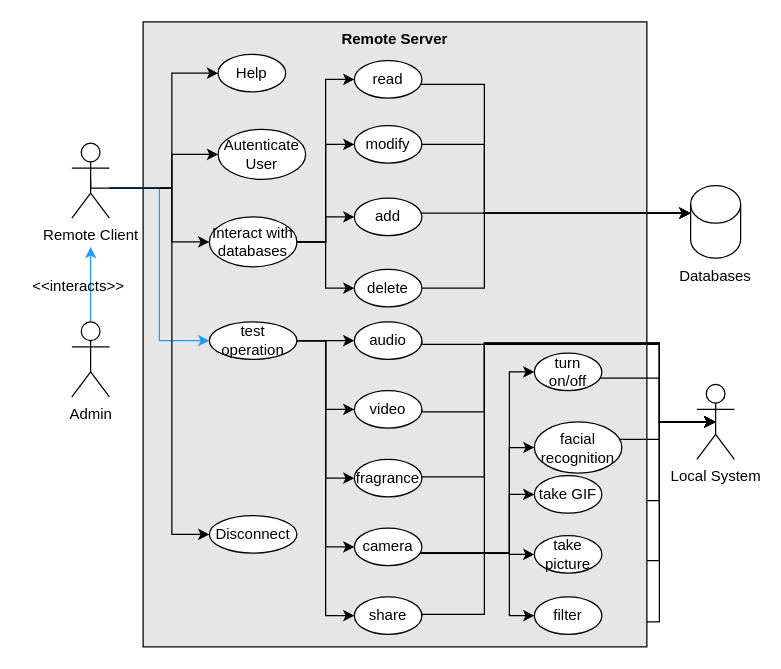
Earlier version of the draw.io diagram page "use-cases-rs" (5 of 5) of Proj/diags/MDO-Analysis.drawio (ElectroQuanta/MDO). Source tidied: cells renumbered, new cells numbered last; positions are measured from the earlier drawing's top-left corner, leaving out a move shared by most shapes. Both pictures are drawn from the tidied source at 125%, with x=0, y=0 at pixel (21, 21).
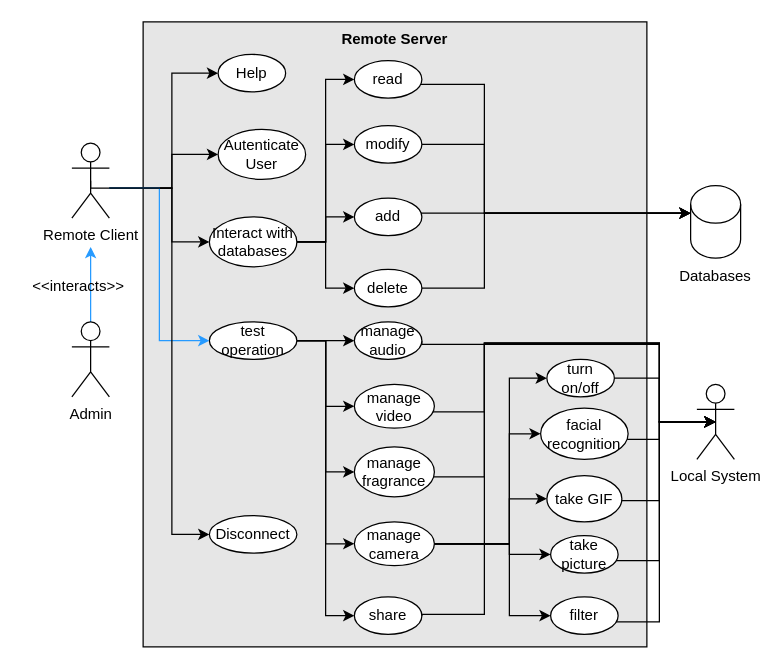
The same page after the edit.

Change to the diagram source:
```diff
@@
+    <mxCell id="5" value="&lt;b&gt;Remote Server&lt;/b&gt;" style="rounded=0;whiteSpace=wrap;html=1;fillColor=#E6E6E6;verticalAlign=top;labelBackgroundColor=none;labelBorderColor=none;" parent="1" vertex="1">
+      <mxGeometry x="97" width="403" height="500" as="geometry" />
+    </mxCell>
@@
-    <mxCell id="5" value="&lt;b&gt;Remote Server&lt;/b&gt;" style="rounded=0;whiteSpace=wrap;html=1;fillColor=#E6E6E6;verticalAlign=top;labelBackgroundColor=none;labelBorderColor=none;" parent="1" vertex="1">
-      <mxGeometry x="97" width="403" height="500" as="geometry" />
-    </mxCell>
@@
     <mxCell id="35" style="edgeStyle=orthogonalEdgeStyle;rounded=0;jettySize=auto;html=1;entryX=0;entryY=0.5;entryDx=0;entryDy=0;fontSize=12;strokeColor=#000000;" parent="1" edge="1" source="40" target="54">
       <mxGeometry relative="1" as="geometry">
         <Array as="points">
-          <mxPoint x="390" y="425" />
-          <mxPoint x="390" y="280" />
+          <mxPoint x="390" y="418" />
+          <mxPoint x="390" y="285" />
         </Array>
       </mxGeometry>
     </mxCell>
     <mxCell id="36" style="edgeStyle=orthogonalEdgeStyle;rounded=0;jettySize=auto;html=1;entryX=0;entryY=0.5;entryDx=0;entryDy=0;fontSize=12;strokeColor=#000000;" parent="1" edge="1" source="40" target="56">
       <mxGeometry relative="1" as="geometry">
         <Array as="points">
-          <mxPoint x="390" y="425" />
-          <mxPoint x="390" y="341" />
-          <mxPoint x="410" y="341" />
+          <mxPoint x="390" y="418" />
+          <mxPoint x="390" y="330" />
         </Array>
       </mxGeometry>
     </mxCell>
     <mxCell id="37" style="edgeStyle=orthogonalEdgeStyle;rounded=0;jettySize=auto;html=1;entryX=0;entryY=0.5;entryDx=0;entryDy=0;fontSize=12;strokeColor=#000000;" parent="1" edge="1" source="40" target="59">
       <mxGeometry relative="1" as="geometry">
         <Array as="points">
-          <mxPoint x="390" y="425" />
-          <mxPoint x="390" y="378" />
+          <mxPoint x="390" y="418" />
+          <mxPoint x="390" y="382" />
         </Array>
       </mxGeometry>
     </mxCell>
     <mxCell id="38" style="edgeStyle=orthogonalEdgeStyle;rounded=0;jettySize=auto;html=1;entryX=0;entryY=0.5;entryDx=0;entryDy=0;fontSize=12;strokeColor=#000000;" parent="1" edge="1" source="40" target="58">
       <mxGeometry relative="1" as="geometry">
         <Array as="points">
-          <mxPoint x="390" y="425" />
-          <mxPoint x="410" y="426" />
+          <mxPoint x="390" y="418" />
+          <mxPoint x="390" y="426" />
         </Array>
       </mxGeometry>
     </mxCell>
     <mxCell id="39" style="edgeStyle=orthogonalEdgeStyle;rounded=0;jettySize=auto;html=1;entryX=0;entryY=0.5;entryDx=0;entryDy=0;fontSize=12;strokeColor=#000000;" parent="1" edge="1" source="40" target="57">
       <mxGeometry relative="1" as="geometry">
         <Array as="points">
-          <mxPoint x="390" y="425" />
+          <mxPoint x="390" y="418" />
           <mxPoint x="390" y="475" />
         </Array>
       </mxGeometry>
     </mxCell>
-    <mxCell id="40" value="camera" style="ellipse;whiteSpace=wrap;html=1;fillColor=default;verticalAlign=middle;" parent="1" vertex="1">
-      <mxGeometry x="266" y="405" width="54" height="30" as="geometry" />
+    <mxCell id="40" value="manage camera" style="ellipse;whiteSpace=wrap;html=1;fillColor=default;verticalAlign=middle;" parent="1" vertex="1">
+      <mxGeometry x="266" y="400" width="64" height="35" as="geometry" />
     </mxCell>
@@
-    <mxCell id="42" value="fragrance" style="ellipse;whiteSpace=wrap;html=1;fillColor=default;verticalAlign=middle;" parent="1" vertex="1">
-      <mxGeometry x="266" y="350" width="54" height="30" as="geometry" />
+    <mxCell id="42" value="manage fragrance" style="ellipse;whiteSpace=wrap;html=1;fillColor=default;verticalAlign=middle;" parent="1" vertex="1">
+      <mxGeometry x="266" y="340" width="64" height="40" as="geometry" />
     </mxCell>
@@
-    <mxCell id="44" value="audio" style="ellipse;whiteSpace=wrap;html=1;fillColor=default;verticalAlign=middle;" parent="1" vertex="1">
+    <mxCell id="44" value="manage audio" style="ellipse;whiteSpace=wrap;html=1;fillColor=default;verticalAlign=middle;" parent="1" vertex="1">
       <mxGeometry x="266" y="240" width="54" height="30" as="geometry" />
     </mxCell>
@@
-    <mxCell id="46" value="video" style="ellipse;whiteSpace=wrap;html=1;fillColor=default;verticalAlign=middle;" parent="1" vertex="1">
-      <mxGeometry x="266" y="295" width="54" height="30" as="geometry" />
+    <mxCell id="46" value="manage video" style="ellipse;whiteSpace=wrap;html=1;fillColor=default;verticalAlign=middle;" parent="1" vertex="1">
+      <mxGeometry x="266" y="290" width="64" height="35" as="geometry" />
     </mxCell>
@@
     <mxCell id="54" value="turn on/off" style="ellipse;whiteSpace=wrap;html=1;fillColor=default;verticalAlign=middle;" parent="1" vertex="1">
-      <mxGeometry x="410" y="265" width="54" height="30" as="geometry" />
+      <mxGeometry x="420" y="270" width="54" height="30" as="geometry" />
     </mxCell>
@@
     <mxCell id="56" value="facial recognition" style="ellipse;whiteSpace=wrap;html=1;fillColor=default;verticalAlign=middle;" parent="1" vertex="1">
-      <mxGeometry x="410" y="320" width="70" height="41" as="geometry" />
+      <mxGeometry x="415" y="309" width="70" height="41" as="geometry" />
     </mxCell>
     <mxCell id="57" value="filter" style="ellipse;whiteSpace=wrap;html=1;fillColor=default;verticalAlign=middle;" parent="1" vertex="1">
-      <mxGeometry x="410" y="460" width="54" height="30" as="geometry" />
+      <mxGeometry x="423" y="460" width="54" height="30" as="geometry" />
     </mxCell>
     <mxCell id="58" value="take picture" style="ellipse;whiteSpace=wrap;html=1;fillColor=default;verticalAlign=middle;" parent="1" vertex="1">
-      <mxGeometry x="410" y="411" width="54" height="30" as="geometry" />
+      <mxGeometry x="423" y="411" width="54" height="30" as="geometry" />
     </mxCell>
     <mxCell id="59" value="take GIF" style="ellipse;whiteSpace=wrap;html=1;fillColor=default;verticalAlign=middle;" parent="1" vertex="1">
-      <mxGeometry x="410" y="363" width="54" height="30" as="geometry" />
+      <mxGeometry x="420" y="363" width="60" height="37" as="geometry" />
     </mxCell>
```
